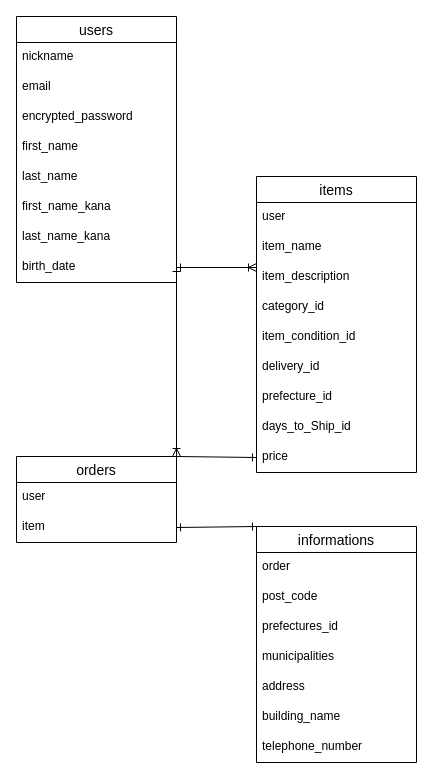
The draw.io diagram furima.dio in 1hiromu1/furima-38909, before the edit. Source tidied: cells renumbered, new cells numbered last; positions are measured from the earlier drawing's top-left corner, leaving out a move shared by most shapes. Both pictures are drawn from the tidied source at 100%, with x=0, y=0 at pixel (16, 16).
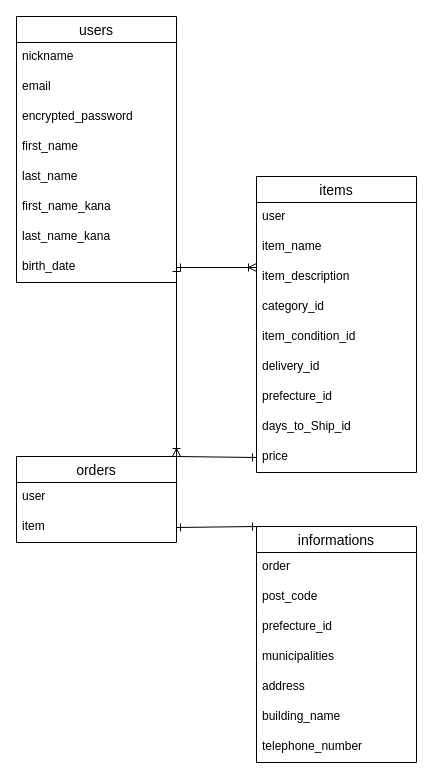
The same diagram, later.

Commit message (it also covers changes not shown here):
email カラムにnull: falseオプションを適用する修正

The change refers to these unchanged cells:
```xml
<mxCell id="24" value="informations" style="swimlane;fontStyle=0;horizontal=1;startSize=26;align=center;fontSize=14;" parent="1" vertex="1">
  <mxGeometry x="240" y="510" width="160" height="236" as="geometry" />
</mxCell>
```

The edit, as a diff of the source:
```diff
@@
-    <mxCell id="27" value="prefectures_id" style="text;strokeColor=none;fillColor=none;spacingLeft=4;spacingRight=4;overflow=hidden;fontSize=12;" parent="24" vertex="1">
+    <mxCell id="27" value="prefecture_id" style="text;strokeColor=none;fillColor=none;spacingLeft=4;spacingRight=4;overflow=hidden;fontSize=12;" parent="24" vertex="1">
       <mxGeometry y="86" width="160" height="30" as="geometry" />
     </mxCell>
```
